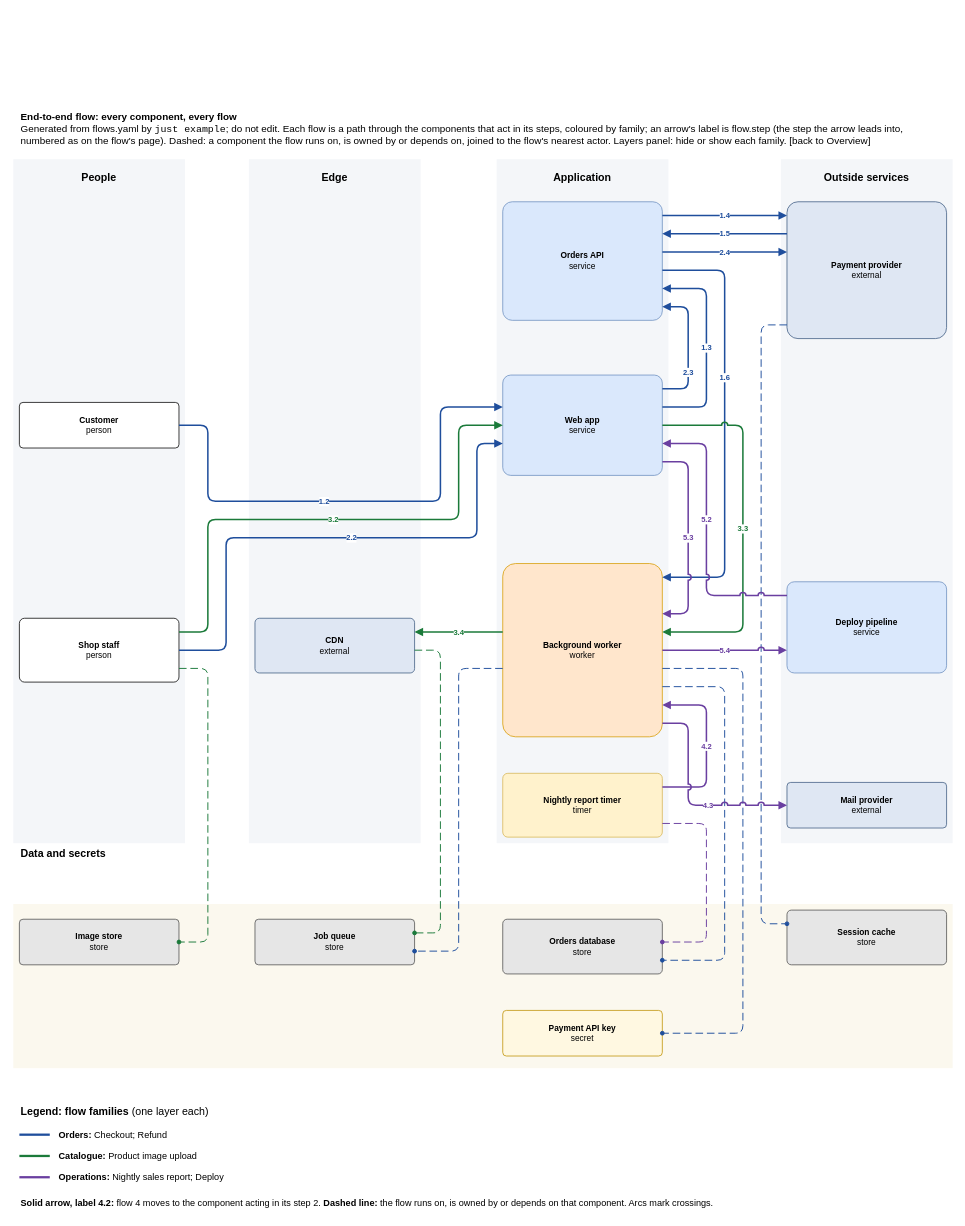
Above: page "End-to-end flow" (2 of 7) of specialists/platform/skill-drawio/examples/shop/drawio/flows.drawio in amalikn/skills_stuff (draw.io), before the change. Source tidied: cells renumbered, new cells numbered last; positions are measured from the earlier drawing's top-left corner, leaving out a move shared by most shapes. Both pictures are drawn from the tidied source at 76%, with x=0, y=0 at pixel (13, 106).
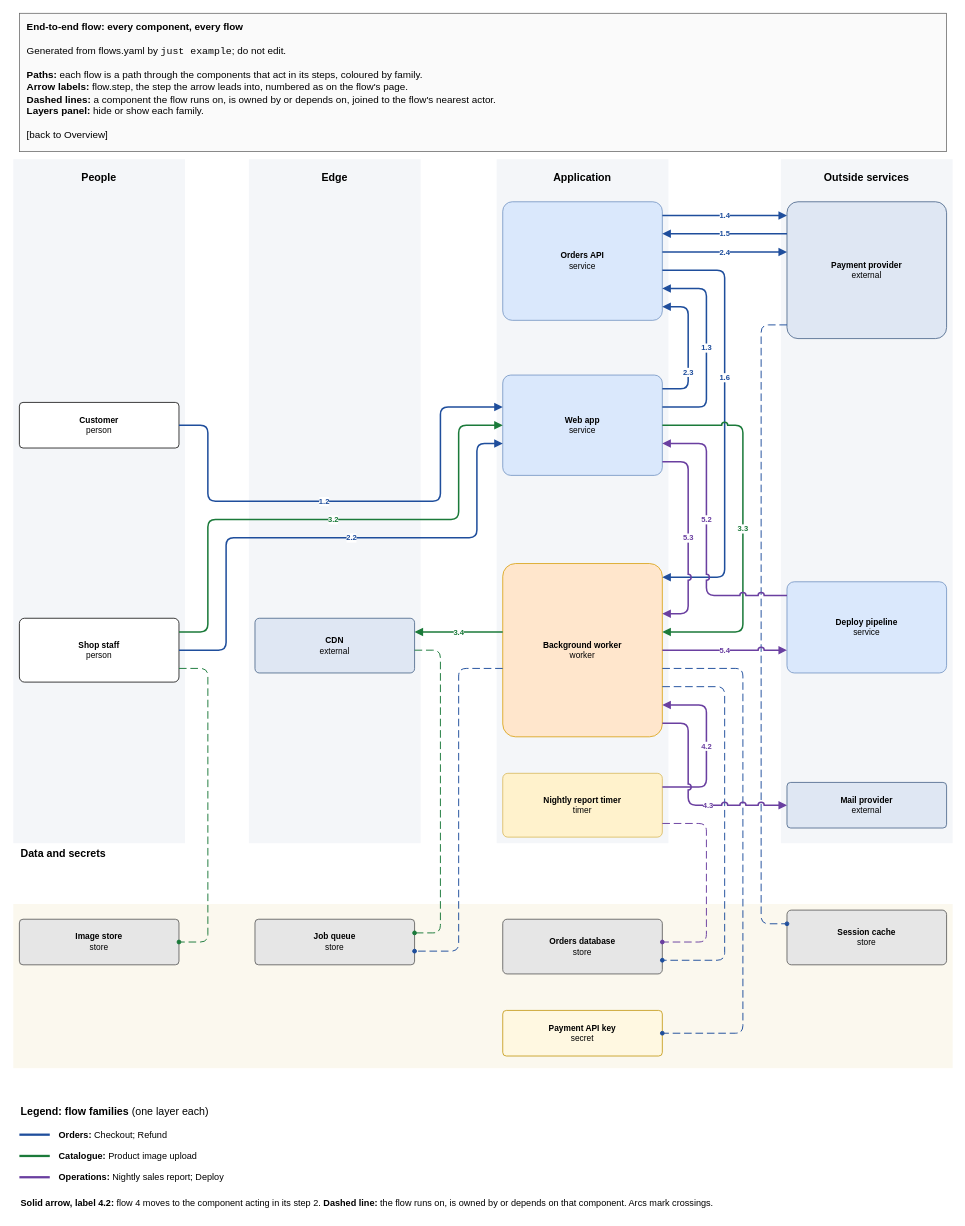
After the change.

What changed in the source:
```diff
@@
-    <mxCell id="5" value="&lt;b&gt;End-to-end flow: every component, every flow&lt;/b&gt;&lt;br&gt;Generated from flows.yaml by &lt;font face=&quot;Courier New&quot;&gt;just example&lt;/font&gt;; do not edit. Each flow is a path through the components that act in its steps, coloured by family; an arrow&amp;#x27;s label is flow.step (the step the arrow leads into, numbered as on the flow&amp;#x27;s page). Dashed: a component the flow runs on, is owned by or depends on, joined to the flow&amp;#x27;s nearest actor. Layers panel: hide or show each family. [back to Overview]" style="text;html=1;align=left;verticalAlign=top;whiteSpace=wrap;fontSize=13;" parent="1" vertex="1">
-      <mxGeometry x="8" width="1220" height="60" as="geometry" />
+    <mxCell id="5" value="&lt;b&gt;End-to-end flow: every component, every flow&lt;/b&gt;&lt;br&gt; &lt;br&gt;Generated from flows.yaml by &lt;font face=&quot;Courier New&quot;&gt;just example&lt;/font&gt;; do not edit.&lt;br&gt; &lt;br&gt;&lt;b&gt;Paths:&lt;/b&gt; each flow is a path through the components that act in its steps, coloured by family.&lt;br&gt;&lt;b&gt;Arrow labels:&lt;/b&gt; flow.step, the step the arrow leads into, numbered as on the flow&amp;#x27;s page.&lt;br&gt;&lt;b&gt;Dashed lines:&lt;/b&gt; a component the flow runs on, is owned by or depends on, joined to the flow&amp;#x27;s nearest actor.&lt;br&gt;&lt;b&gt;Layers panel:&lt;/b&gt; hide or show each family.&lt;br&gt; &lt;br&gt;[back to Overview]" style="rounded=0;whiteSpace=wrap;html=1;fillColor=#fafafa;strokeColor=#666666;align=left;verticalAlign=top;spacingLeft=8;spacingTop=4;fontSize=13;" parent="1" vertex="1">
+      <mxGeometry x="8" y="-122" width="1220" height="182" as="geometry" />
     </mxCell>
```
